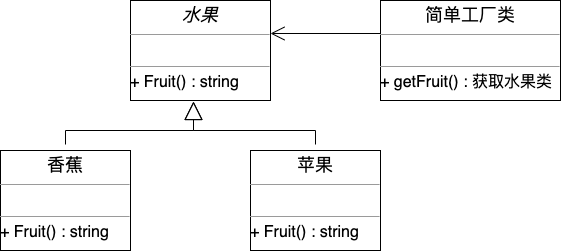
Earlier version of the draw.io export img/factory-simple.png (boilingfrog/design-pattern-learning). Source tidied: cells renumbered, new cells last; positions are measured from the earlier drawing's top-left corner, leaving out a move shared by most shapes.
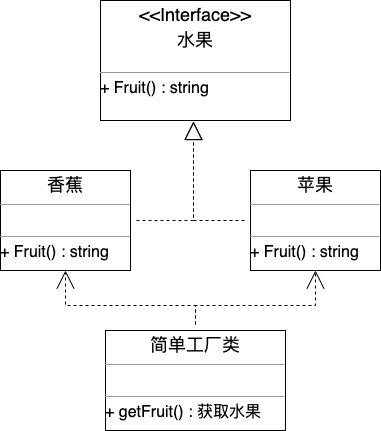
The same file after the commit.

What changed in the source:
```diff
@@ -2,28 +2,33 @@
   <root>
     <mxCell id="0" />
     <mxCell id="1" parent="0" />
-    <mxCell id="2" style="edgeStyle=orthogonalEdgeStyle;rounded=0;jettySize=auto;html=1;entryX=0.45;entryY=1.01;entryDx=0;entryDy=0;entryPerimeter=0;endArrow=block;endFill=0;endSize=16;sourcePerimeterSpacing=6;" parent="1" edge="1" source="3" target="6">
-      <mxGeometry relative="1" as="geometry" />
+    <mxCell id="2" style="edgeStyle=orthogonalEdgeStyle;rounded=0;jettySize=auto;html=1;entryX=0.45;entryY=1.01;entryDx=0;entryDy=0;entryPerimeter=0;endArrow=block;endFill=0;endSize=16;sourcePerimeterSpacing=6;dashed=1;" parent="1" edge="1" source="3">
+      <mxGeometry relative="1" as="geometry">
+        <mxPoint x="193" y="101" as="targetPoint" />
+      </mxGeometry>
     </mxCell>
     <mxCell id="3" value="&lt;p style=&quot;margin: 4px 0px 0px ; text-align: center ; font-size: 18px&quot;&gt;香蕉&lt;/p&gt;&lt;hr size=&quot;1&quot; style=&quot;font-size: 18px&quot;&gt;&lt;p style=&quot;margin: 0px 0px 0px 4px ; font-size: 13px&quot;&gt;&lt;font style=&quot;font-size: 13px&quot;&gt;&lt;br&gt;&lt;/font&gt;&lt;/p&gt;&lt;hr size=&quot;1&quot; style=&quot;font-size: 13px&quot;&gt;&lt;span style=&quot;font-size: 16px&quot;&gt;+ Fruit() : string&lt;/span&gt;&lt;span style=&quot;font-size: 16px&quot;&gt;&lt;br&gt;&lt;/span&gt;" style="verticalAlign=top;align=left;overflow=fill;fontSize=12;fontFamily=Helvetica;html=1;" parent="1" vertex="1">
       <mxGeometry y="150" width="130" height="100" as="geometry" />
     </mxCell>
-    <mxCell id="4" style="edgeStyle=orthogonalEdgeStyle;rounded=0;jettySize=auto;html=1;entryX=0.45;entryY=1.01;entryDx=0;entryDy=0;entryPerimeter=0;endArrow=block;endFill=0;endSize=16;sourcePerimeterSpacing=6;" parent="1" edge="1" source="5" target="6">
-      <mxGeometry relative="1" as="geometry" />
+    <mxCell id="4" style="edgeStyle=orthogonalEdgeStyle;rounded=0;jettySize=auto;html=1;entryX=0.45;entryY=1.01;entryDx=0;entryDy=0;entryPerimeter=0;endArrow=block;endFill=0;endSize=16;sourcePerimeterSpacing=6;dashed=1;" parent="1" edge="1" source="5">
+      <mxGeometry relative="1" as="geometry">
+        <mxPoint x="193" y="101" as="targetPoint" />
+      </mxGeometry>
     </mxCell>
     <mxCell id="5" value="&lt;p style=&quot;margin: 4px 0px 0px ; text-align: center ; font-size: 18px&quot;&gt;苹果&lt;/p&gt;&lt;hr size=&quot;1&quot; style=&quot;font-size: 18px&quot;&gt;&lt;p style=&quot;margin: 0px 0px 0px 4px ; font-size: 13px&quot;&gt;&lt;font style=&quot;font-size: 13px&quot;&gt;&lt;br&gt;&lt;/font&gt;&lt;/p&gt;&lt;hr size=&quot;1&quot; style=&quot;font-size: 13px&quot;&gt;&lt;span style=&quot;font-size: 16px&quot;&gt;+ Fruit() : string&lt;/span&gt;&lt;span style=&quot;font-size: 16px&quot;&gt;&lt;br&gt;&lt;/span&gt;" style="verticalAlign=top;align=left;overflow=fill;fontSize=12;fontFamily=Helvetica;html=1;" parent="1" vertex="1">
       <mxGeometry x="250" y="150" width="130" height="100" as="geometry" />
     </mxCell>
-    <mxCell id="6" value="&lt;p style=&quot;margin: 4px 0px 0px ; text-align: center ; font-size: 18px&quot;&gt;&lt;i&gt;水果&lt;/i&gt;&lt;/p&gt;&lt;hr size=&quot;1&quot; style=&quot;font-size: 18px&quot;&gt;&lt;p style=&quot;margin: 0px 0px 0px 4px ; font-size: 13px&quot;&gt;&lt;font style=&quot;font-size: 13px&quot;&gt;&lt;br&gt;&lt;/font&gt;&lt;/p&gt;&lt;hr size=&quot;1&quot; style=&quot;font-size: 13px&quot;&gt;&lt;span style=&quot;font-size: 16px&quot;&gt;+ Fruit() : string&lt;br&gt;&lt;/span&gt;" style="verticalAlign=top;align=left;overflow=fill;fontSize=12;fontFamily=Helvetica;html=1;" parent="1" vertex="1">
-      <mxGeometry x="130" width="140" height="100" as="geometry" />
-    </mxCell>
+    <mxCell id="9" style="edgeStyle=orthogonalEdgeStyle;rounded=0;jettySize=auto;html=1;dashed=1;endArrow=open;endFill=0;endSize=16;sourcePerimeterSpacing=6;" parent="1" edge="1" source="7" target="3">
+      <mxGeometry relative="1" as="geometry" />
+    </mxCell>
+    <mxCell id="10" style="edgeStyle=orthogonalEdgeStyle;rounded=0;jettySize=auto;html=1;dashed=1;endArrow=open;endFill=0;endSize=16;sourcePerimeterSpacing=6;" parent="1" edge="1" source="7" target="5">
+      <mxGeometry relative="1" as="geometry" />
+    </mxCell>
-    <mxCell id="7" value="&lt;p style=&quot;margin: 4px 0px 0px ; text-align: center ; font-size: 18px&quot;&gt;简单工厂类&lt;/p&gt;&lt;hr size=&quot;1&quot; style=&quot;font-size: 18px&quot;&gt;&lt;p style=&quot;margin: 0px 0px 0px 4px ; font-size: 13px&quot;&gt;&lt;font style=&quot;font-size: 13px&quot;&gt;&lt;br&gt;&lt;/font&gt;&lt;/p&gt;&lt;hr size=&quot;1&quot; style=&quot;font-size: 13px&quot;&gt;&lt;span style=&quot;font-size: 16px&quot;&gt;+ getFruit() : 获取水果类&lt;/span&gt;&lt;span style=&quot;font-size: 16px&quot;&gt;&lt;br&gt;&lt;/span&gt;" style="verticalAlign=top;align=left;overflow=fill;fontSize=12;fontFamily=Helvetica;html=1;" parent="1" vertex="1">
-      <mxGeometry x="380" width="180" height="100" as="geometry" />
+    <mxCell id="7" value="&lt;p style=&quot;margin: 4px 0px 0px ; text-align: center ; font-size: 18px&quot;&gt;简单工厂类&lt;/p&gt;&lt;hr size=&quot;1&quot; style=&quot;font-size: 18px&quot;&gt;&lt;p style=&quot;margin: 0px 0px 0px 4px ; font-size: 13px&quot;&gt;&lt;font style=&quot;font-size: 13px&quot;&gt;&lt;br&gt;&lt;/font&gt;&lt;/p&gt;&lt;hr size=&quot;1&quot; style=&quot;font-size: 13px&quot;&gt;&lt;span style=&quot;font-size: 16px&quot;&gt;+ getFruit() : 获取水果&lt;/span&gt;&lt;span style=&quot;font-size: 16px&quot;&gt;&lt;br&gt;&lt;/span&gt;" style="verticalAlign=top;align=left;overflow=fill;fontSize=12;fontFamily=Helvetica;html=1;" parent="1" vertex="1">
+      <mxGeometry x="105" y="310" width="180" height="100" as="geometry" />
     </mxCell>
-    <mxCell id="8" style="endArrow=open;endFill=1;endSize=12;html=1;fontSize=13;strokeWidth=1;entryX=1;entryY=0.33;entryDx=0;entryDy=0;entryPerimeter=0;" parent="1" edge="1" target="6">
-      <mxGeometry relative="1" as="geometry">
-        <mxPoint x="380" y="33" as="sourcePoint" />
-      </mxGeometry>
-    </mxCell>
+    <mxCell id="11" value="&lt;p style=&quot;margin: 4px 0px 0px ; text-align: center ; font-size: 18px&quot;&gt;&amp;lt;&amp;lt;Interface&amp;gt;&amp;gt;&lt;br&gt;&lt;/p&gt;&lt;p style=&quot;margin: 4px 0px 0px ; text-align: center ; font-size: 18px&quot;&gt;水果&lt;/p&gt;&lt;p style=&quot;margin: 0px 0px 0px 4px ; font-size: 13px&quot;&gt;&lt;font style=&quot;font-size: 13px&quot;&gt;&lt;br&gt;&lt;/font&gt;&lt;/p&gt;&lt;hr size=&quot;1&quot; style=&quot;font-size: 13px&quot;&gt;&lt;span style=&quot;font-size: 16px&quot;&gt;+ Fruit() : string&lt;/span&gt;&lt;span style=&quot;font-size: 16px&quot;&gt;&lt;br&gt;&lt;/span&gt;" style="verticalAlign=top;align=left;overflow=fill;fontSize=12;fontFamily=Helvetica;html=1;" parent="1" vertex="1">
+      <mxGeometry x="100" y="-20" width="190" height="120" as="geometry" />
+    </mxCell>
   </root>
 </mxGraphModel>
```
